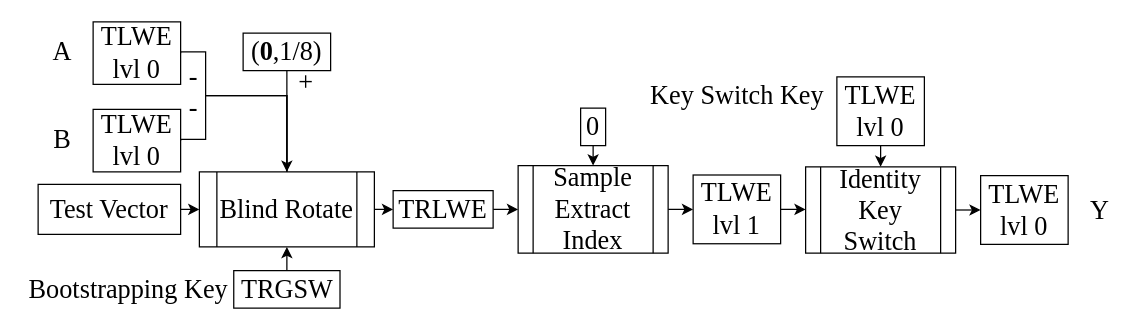
nindanaoto/nindanaoto.github.io keeps this draw.io diagram as seccamp/image/HomNANDdiagram.drawio. Above is the earlier version. Source tidied: cells renumbered, new cells numbered last; positions are measured from the earlier drawing's top-left corner, leaving out a move shared by most shapes. Both pictures are drawn from the tidied source at 125%, with x=0, y=0 at pixel (20, 21).
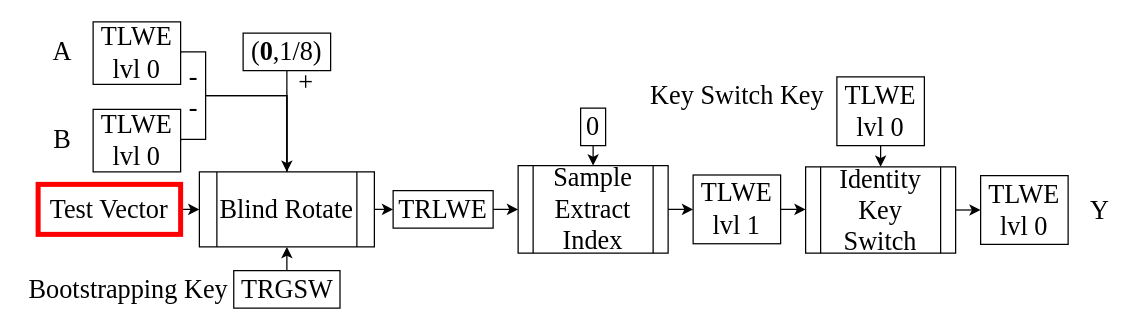
The same page after the edit.

What changed in the source:
```diff
@@
-    <mxCell id="11" value="&lt;font style=&quot;font-size: 21px&quot; face=&quot;Times New Roman&quot;&gt;Test Vector&lt;/font&gt;" style="rounded=0;whiteSpace=wrap;html=1;" parent="1" vertex="1">
+    <mxCell id="11" value="&lt;font style=&quot;font-size: 21px&quot; face=&quot;Times New Roman&quot;&gt;Test Vector&lt;/font&gt;" style="rounded=0;whiteSpace=wrap;html=1;strokeWidth=4;strokeColor=#FF0000;" parent="1" vertex="1">
       <mxGeometry x="14" y="130" width="114" height="40" as="geometry" />
     </mxCell>
```
